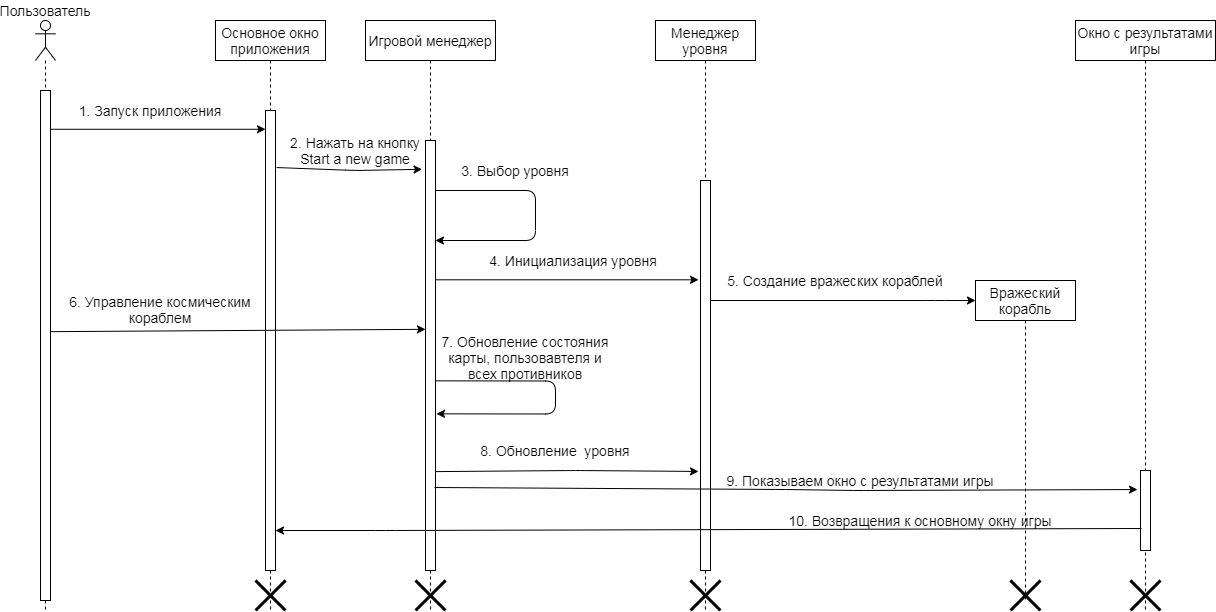
The draw.io diagram Documentation/diagrams/images/Start_Game_Sequence_diagram.png in Saroko-dnd/Galaxy-Invaders-Game, before a commit. Source tidied: cells renumbered, new cells last; positions are measured from the earlier drawing's top-left corner, leaving out a move shared by most shapes. Its diagram source:
```xml
<mxGraphModel>
  <root>
    <mxCell id="0" />
    <mxCell id="1" parent="0" />
    <mxCell id="2" style="shape=umlLifeline;participant=umlActor;perimeter=lifelinePerimeter;whiteSpace=wrap;html=1;verticalAlign=top;spacingTop=36;" parent="1" vertex="1">
      <mxGeometry x="35" y="20" width="20" height="590" as="geometry" />
    </mxCell>
    <mxCell id="3" style="html=1;points=[];perimeter=orthogonalPerimeter;fontSize=14;" parent="2" vertex="1">
      <mxGeometry x="5" y="70" width="10" height="510" as="geometry" />
    </mxCell>
    <mxCell id="4" value="Пользователь" style="text;html=1;strokeColor=none;fillColor=none;align=center;verticalAlign=middle;whiteSpace=wrap;rounded=0;fontSize=14;" parent="1" vertex="1">
      <mxGeometry width="90" height="20" as="geometry" />
    </mxCell>
    <mxCell id="5" value="Основное окно приложения" style="shape=umlLifeline;perimeter=lifelinePerimeter;whiteSpace=wrap;html=1;fontSize=14;" parent="1" vertex="1">
      <mxGeometry x="215" y="20" width="110" height="590" as="geometry" />
    </mxCell>
    <mxCell id="6" style="html=1;points=[];perimeter=orthogonalPerimeter;fontSize=14;" parent="5" vertex="1">
      <mxGeometry x="50" y="90" width="10" height="460" as="geometry" />
    </mxCell>
    <mxCell id="7" style="shape=umlDestroy;whiteSpace=wrap;html=1;strokeWidth=3;fontSize=1;" parent="5" vertex="1">
      <mxGeometry x="40" y="560" width="30" height="30" as="geometry" />
    </mxCell>
    <mxCell id="8" value="Игровой менеджер" style="shape=umlLifeline;perimeter=lifelinePerimeter;whiteSpace=wrap;html=1;fontSize=14;" parent="1" vertex="1">
      <mxGeometry x="365" y="20" width="130" height="590" as="geometry" />
    </mxCell>
    <mxCell id="9" style="html=1;points=[];perimeter=orthogonalPerimeter;fontSize=14;" parent="8" vertex="1">
      <mxGeometry x="60" y="120" width="10" height="430" as="geometry" />
    </mxCell>
    <mxCell id="10" style="shape=umlDestroy;whiteSpace=wrap;html=1;strokeWidth=3;fontSize=1;" parent="8" vertex="1">
      <mxGeometry x="50" y="560" width="30" height="30" as="geometry" />
    </mxCell>
    <mxCell id="11" style="endArrow=classic;html=1;fontSize=1;" parent="8" edge="1" source="9" target="9">
      <mxGeometry relative="1" as="geometry">
        <Array as="points">
          <mxPoint x="170" y="170" />
          <mxPoint x="170" y="220" />
        </Array>
      </mxGeometry>
    </mxCell>
    <mxCell id="12" style="endArrow=classic;html=1;fontSize=14;exitX=1;exitY=0.648;exitDx=0;exitDy=0;exitPerimeter=0;entryX=1.1;entryY=0.748;entryDx=0;entryDy=0;entryPerimeter=0;" parent="8" edge="1">
      <mxGeometry relative="1" as="geometry">
        <mxPoint x="70" y="360.3" as="sourcePoint" />
        <mxPoint x="71" y="393.3" as="targetPoint" />
        <Array as="points">
          <mxPoint x="190" y="360.5" />
          <mxPoint x="190" y="393.5" />
        </Array>
      </mxGeometry>
    </mxCell>
    <mxCell id="13" style="endArrow=classic;html=1;fontSize=14;exitX=0.96;exitY=0.076;exitDx=0;exitDy=0;exitPerimeter=0;" parent="1" edge="1" source="3" target="6">
      <mxGeometry relative="1" as="geometry" />
    </mxCell>
    <mxCell id="14" value="1. Запуск приложения" style="text;html=1;strokeColor=none;fillColor=none;align=center;verticalAlign=middle;whiteSpace=wrap;rounded=0;fontSize=14;" parent="1" vertex="1">
      <mxGeometry x="75" y="100" width="150" height="20" as="geometry" />
    </mxCell>
    <mxCell id="15" style="endArrow=classic;html=1;fontSize=14;entryX=-0.341;entryY=0.067;entryDx=0;entryDy=0;entryPerimeter=0;exitX=1.107;exitY=0.124;exitDx=0;exitDy=0;exitPerimeter=0;" parent="1" edge="1" source="6" target="9">
      <mxGeometry relative="1" as="geometry">
        <Array as="points">
          <mxPoint x="355" y="170" />
        </Array>
      </mxGeometry>
    </mxCell>
    <mxCell id="16" value="2. Нажать на кнопку Start a new game" style="text;html=1;strokeColor=none;fillColor=none;align=center;verticalAlign=middle;whiteSpace=wrap;rounded=0;fontSize=14;" parent="1" vertex="1">
      <mxGeometry x="285" y="140" width="140" height="20" as="geometry" />
    </mxCell>
    <mxCell id="17" value="&lt;font style=&quot;font-size: 14px&quot;&gt;Менеджер уровня&lt;/font&gt;" style="shape=umlLifeline;perimeter=lifelinePerimeter;whiteSpace=wrap;html=1;fontSize=1;" parent="1" vertex="1">
      <mxGeometry x="655" y="20" width="100" height="590" as="geometry" />
    </mxCell>
    <mxCell id="18" style="html=1;points=[];perimeter=orthogonalPerimeter;fontSize=1;" parent="17" vertex="1">
      <mxGeometry x="45" y="160" width="10" height="390" as="geometry" />
    </mxCell>
    <mxCell id="19" style="shape=umlDestroy;whiteSpace=wrap;html=1;strokeWidth=3;fontSize=1;" parent="17" vertex="1">
      <mxGeometry x="35" y="560" width="30" height="30" as="geometry" />
    </mxCell>
    <mxCell id="20" value="3. Выбор уровня" style="text;html=1;strokeColor=none;fillColor=none;align=center;verticalAlign=middle;whiteSpace=wrap;rounded=0;fontSize=14;" parent="1" vertex="1">
      <mxGeometry x="445" y="160" width="140" height="20" as="geometry" />
    </mxCell>
    <mxCell id="21" style="endArrow=classic;html=1;fontSize=1;exitX=1.2;exitY=0.391;exitDx=0;exitDy=0;exitPerimeter=0;" parent="1" edge="1">
      <mxGeometry relative="1" as="geometry">
        <mxPoint x="435" y="279.3" as="sourcePoint" />
        <mxPoint x="698" y="279.3" as="targetPoint" />
      </mxGeometry>
    </mxCell>
    <mxCell id="22" value="4. Инициализация уровня" style="text;html=1;strokeColor=none;fillColor=none;align=center;verticalAlign=middle;whiteSpace=wrap;rounded=0;fontSize=14;" parent="1" vertex="1">
      <mxGeometry x="483" y="250" width="180" height="20" as="geometry" />
    </mxCell>
    <mxCell id="23" style="endArrow=classic;html=1;fontSize=1;" parent="1" edge="1">
      <mxGeometry relative="1" as="geometry">
        <mxPoint x="710" y="300" as="sourcePoint" />
        <mxPoint x="975" y="300" as="targetPoint" />
        <Array as="points">
          <mxPoint x="935" y="300" />
        </Array>
      </mxGeometry>
    </mxCell>
    <mxCell id="24" value="5. Создание вражеских кораблей" style="text;html=1;strokeColor=none;fillColor=none;align=center;verticalAlign=middle;whiteSpace=wrap;rounded=0;fontSize=14;" parent="1" vertex="1">
      <mxGeometry x="725" y="270" width="220" height="20" as="geometry" />
    </mxCell>
    <mxCell id="25" value="Вражеский корабль" style="shape=umlLifeline;perimeter=lifelinePerimeter;whiteSpace=wrap;html=1;fontSize=14;" parent="1" vertex="1">
      <mxGeometry x="975" y="280" width="100" height="320" as="geometry" />
    </mxCell>
    <mxCell id="26" style="shape=umlDestroy;whiteSpace=wrap;html=1;strokeWidth=3;fontSize=1;" parent="25" vertex="1">
      <mxGeometry x="35" y="300" width="30" height="30" as="geometry" />
    </mxCell>
    <mxCell id="27" value="&lt;span style=&quot;font-size: 14px&quot;&gt;Окно с результатами игры&lt;/span&gt;" style="shape=umlLifeline;perimeter=lifelinePerimeter;whiteSpace=wrap;html=1;fontSize=1;" parent="1" vertex="1">
      <mxGeometry x="1075" y="20" width="140" height="590" as="geometry" />
    </mxCell>
    <mxCell id="28" value="7. Обновление состояния карты, пользовавтеля и всех противников" style="text;html=1;strokeColor=none;fillColor=none;align=center;verticalAlign=middle;whiteSpace=wrap;rounded=0;fontSize=14;" parent="1" vertex="1">
      <mxGeometry x="435" y="346.5" width="180" height="20" as="geometry" />
    </mxCell>
    <mxCell id="29" style="endArrow=classic;html=1;fontSize=14;exitX=0.943;exitY=0.865;exitDx=0;exitDy=0;exitPerimeter=0;entryX=1;entryY=0.25;entryDx=0;entryDy=0;" parent="1" edge="1">
      <mxGeometry relative="1" as="geometry">
        <mxPoint x="49.4" y="331.2" as="sourcePoint" />
        <mxPoint x="425" y="328.8" as="targetPoint" />
      </mxGeometry>
    </mxCell>
    <mxCell id="30" value="6. Управление космическим кораблем" style="text;html=1;strokeColor=none;fillColor=none;align=center;verticalAlign=middle;whiteSpace=wrap;rounded=0;fontSize=14;" parent="1" vertex="1">
      <mxGeometry x="65" y="298.8" width="190" height="20" as="geometry" />
    </mxCell>
    <mxCell id="31" style="html=1;points=[];perimeter=orthogonalPerimeter;fontSize=14;" parent="1" vertex="1">
      <mxGeometry x="1140" y="470" width="10" height="80" as="geometry" />
    </mxCell>
    <mxCell id="32" style="endArrow=classic;html=1;fontSize=14;entryX=-0.2;entryY=0.746;entryDx=0;entryDy=0;entryPerimeter=0;exitX=1;exitY=0.77;exitDx=0;exitDy=0;exitPerimeter=0;" parent="1" edge="1" source="9" target="18">
      <mxGeometry relative="1" as="geometry">
        <Array as="points">
          <mxPoint x="575" y="470" />
        </Array>
      </mxGeometry>
    </mxCell>
    <mxCell id="33" value="8. Обновление&amp;nbsp; уровня" style="text;html=1;strokeColor=none;fillColor=none;align=center;verticalAlign=middle;whiteSpace=wrap;rounded=0;fontSize=14;" parent="1" vertex="1">
      <mxGeometry x="465" y="440" width="180" height="20" as="geometry" />
    </mxCell>
    <mxCell id="34" style="endArrow=classic;html=1;fontSize=14;entryX=-0.3;entryY=0.238;entryDx=0;entryDy=0;entryPerimeter=0;exitX=0.9;exitY=0.807;exitDx=0;exitDy=0;exitPerimeter=0;" parent="1" edge="1" source="9" target="31">
      <mxGeometry relative="1" as="geometry">
        <Array as="points">
          <mxPoint x="785" y="489" />
          <mxPoint x="855" y="490" />
        </Array>
      </mxGeometry>
    </mxCell>
    <mxCell id="35" value="9. Показываем окно с результатами игры" style="text;html=1;strokeColor=none;fillColor=none;align=center;verticalAlign=middle;whiteSpace=wrap;rounded=0;fontSize=14;" parent="1" vertex="1">
      <mxGeometry x="725" y="470" width="270" height="20" as="geometry" />
    </mxCell>
    <mxCell id="36" style="endArrow=classic;html=1;fontSize=14;exitX=0.1;exitY=0.725;exitDx=0;exitDy=0;exitPerimeter=0;" parent="1" edge="1" source="31">
      <mxGeometry relative="1" as="geometry">
        <mxPoint x="275" y="530" as="targetPoint" />
        <Array as="points">
          <mxPoint x="385" y="530" />
        </Array>
      </mxGeometry>
    </mxCell>
    <mxCell id="37" value="10. Возвращения к основному окну игры" style="text;html=1;strokeColor=none;fillColor=none;align=center;verticalAlign=middle;whiteSpace=wrap;rounded=0;fontSize=14;" parent="1" vertex="1">
      <mxGeometry x="785" y="510" width="270" height="20" as="geometry" />
    </mxCell>
    <mxCell id="38" style="shape=umlDestroy;whiteSpace=wrap;html=1;strokeWidth=3;fontSize=1;" parent="1" vertex="1">
      <mxGeometry x="1130" y="580" width="30" height="30" as="geometry" />
    </mxCell>
  </root>
</mxGraphModel>
```
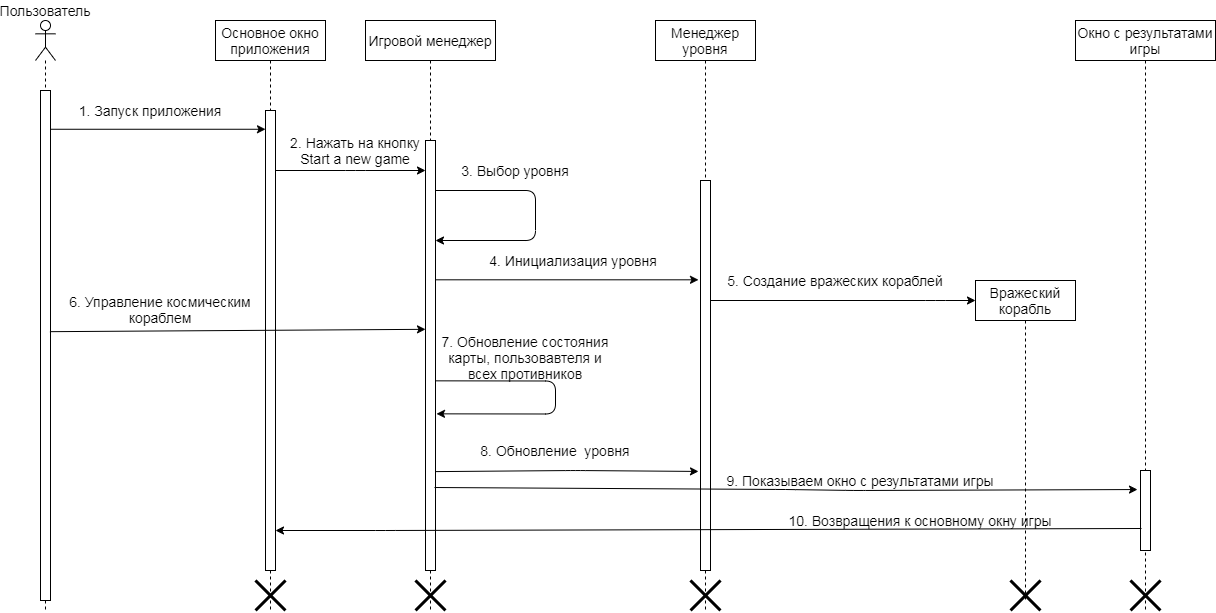
The same diagram one commit later.

Commit message:
added all necessary diagrams

The edit, as a diff of the source:
```diff
@@ -53,8 +53,9 @@
     <mxCell id="14" value="1. Запуск приложения" style="text;html=1;strokeColor=none;fillColor=none;align=center;verticalAlign=middle;whiteSpace=wrap;rounded=0;fontSize=14;" parent="1" vertex="1">
       <mxGeometry x="75" y="100" width="150" height="20" as="geometry" />
     </mxCell>
-    <mxCell id="15" style="endArrow=classic;html=1;fontSize=14;entryX=-0.341;entryY=0.067;entryDx=0;entryDy=0;entryPerimeter=0;exitX=1.107;exitY=0.124;exitDx=0;exitDy=0;exitPerimeter=0;" parent="1" edge="1" source="6" target="9">
+    <mxCell id="15" style="endArrow=classic;html=1;fontSize=14;" parent="1" edge="1" source="6">
       <mxGeometry relative="1" as="geometry">
+        <mxPoint x="425" y="170" as="targetPoint" />
         <Array as="points">
           <mxPoint x="355" y="170" />
         </Array>
```
